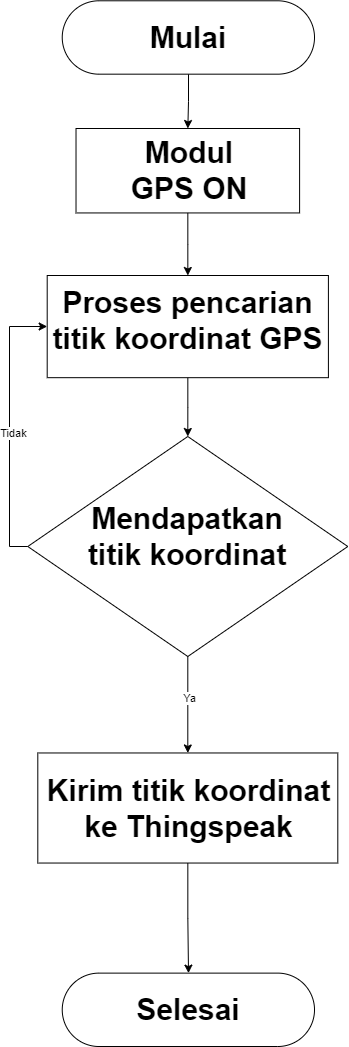
The draw.io diagram FLOWCHART MODUL GPS REV2.0.png in ajiesetyon/flowchart_PAA, before a commit. Source tidied: cells renumbered, new cells last; positions are measured from the earlier drawing's top-left corner, leaving out a move shared by most shapes.
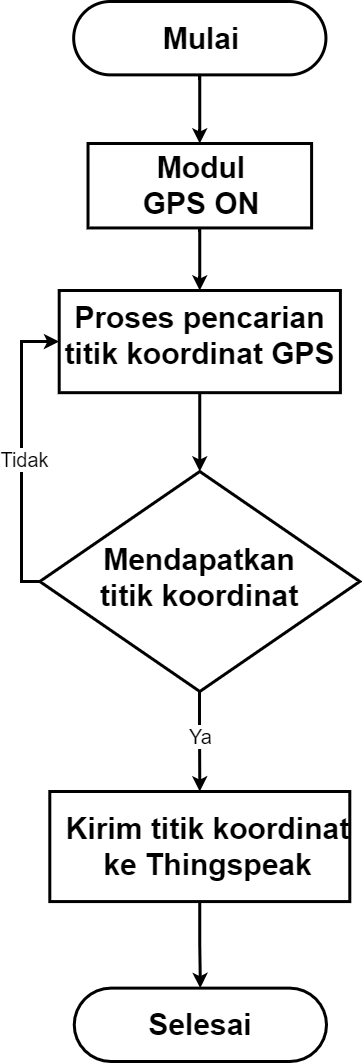
The same diagram one commit later.

Change to the diagram source:
```diff
@@ -2,22 +2,26 @@
   <root>
     <mxCell id="0" />
     <mxCell id="1" parent="0" />
-    <mxCell id="2" style="edgeStyle=orthogonalEdgeStyle;rounded=0;jettySize=auto;html=1;" parent="1" edge="1" source="3" target="14">
+    <mxCell id="2" style="edgeStyle=orthogonalEdgeStyle;rounded=0;jettySize=auto;html=1;strokeWidth=3;" parent="1" edge="1" source="3" target="14">
       <mxGeometry relative="1" as="geometry" />
     </mxCell>
-    <mxCell id="3" style="rounded=1;whiteSpace=wrap;html=1;arcSize=50;" parent="1" vertex="1">
-      <mxGeometry x="52.7" y="0.3" width="252.3" height="73.4" as="geometry" />
+    <mxCell id="3" style="rounded=1;whiteSpace=wrap;html=1;arcSize=50;strokeWidth=3;" parent="1" vertex="1">
+      <mxGeometry x="52.2" y="-14" width="252.3" height="73.4" as="geometry" />
     </mxCell>
-    <mxCell id="4" style="rhombus;whiteSpace=wrap;html=1;" parent="1" vertex="1">
-      <mxGeometry x="18.3" y="436" width="320" height="220" as="geometry" />
+    <mxCell id="4" style="rhombus;whiteSpace=wrap;html=1;strokeWidth=3;" parent="1" vertex="1">
+      <mxGeometry x="18.3" y="456" width="320" height="220" as="geometry" />
     </mxCell>
     <mxCell id="5" value="&lt;h1&gt;&lt;font style=&quot;font-size: 30px&quot;&gt;Mulai&lt;/font&gt;&lt;/h1&gt;" style="text;html=1;strokeColor=none;fillColor=none;align=center;verticalAlign=middle;whiteSpace=wrap;rounded=0;" parent="1" vertex="1">
-      <mxGeometry x="123.8" y="18.6" width="110.1" height="36.7" as="geometry" />
+      <mxGeometry x="125" y="4.3" width="110.1" height="36.7" as="geometry" />
     </mxCell>
-    <mxCell id="6" style="endArrow=classic;html=1;entryX=0.5;entryY=0;entryDx=0;entryDy=0;" parent="1" edge="1" source="4" target="9">
-      <mxGeometry x="280" y="34.3" as="geometry" />
+    <mxCell id="6" style="endArrow=classic;html=1;entryX=0.5;entryY=0;entryDx=0;entryDy=0;strokeWidth=3;" parent="1" edge="1" source="4" target="9">
+      <mxGeometry x="280" y="34.3" as="geometry">
+        <Array as="points">
+          <mxPoint x="178" y="696" />
+        </Array>
+      </mxGeometry>
     </mxCell>
-    <mxCell id="7" value="Ya" style="edgeLabel;html=1;align=center;verticalAlign=middle;" parent="6" vertex="1">
+    <mxCell id="7" value="&lt;font style=&quot;font-size: 20px&quot;&gt;Ya&lt;/font&gt;" style="edgeLabel;html=1;align=center;verticalAlign=middle;" parent="6" vertex="1">
       <mxGeometry relative="1" as="geometry">
         <mxPoint y="-6" as="offset" />
       </mxGeometry>
@@ -25,43 +29,42 @@
     <mxCell id="8" style="group;" parent="1" vertex="1">
       <mxGeometry x="96.3" y="495.6" width="181.7" height="80.7" as="geometry" />
     </mxCell>
-    <mxCell id="9" style="rounded=0;whiteSpace=wrap;html=1;align=center;" parent="1" vertex="1">
-      <mxGeometry x="28.3" y="752.5" width="300" height="110.1" as="geometry" />
+    <mxCell id="9" style="rounded=0;whiteSpace=wrap;html=1;align=center;strokeWidth=3;" parent="1" vertex="1">
+      <mxGeometry x="28.3" y="776" width="300" height="110.1" as="geometry" />
     </mxCell>
     <mxCell id="10" value="&lt;b&gt;&lt;font style=&quot;font-size: 30px&quot;&gt;Kirim titik koordinat ke Thingspeak&lt;/font&gt;&lt;/b&gt;" style="text;html=1;strokeColor=none;fillColor=none;align=center;verticalAlign=middle;whiteSpace=wrap;rounded=0;" parent="1" vertex="1">
-      <mxGeometry x="30.3" y="789.2" width="299.5" height="36.7" as="geometry" />
+      <mxGeometry x="37.4" y="812.7" width="299.5" height="36.7" as="geometry" />
     </mxCell>
-    <mxCell id="11" style="rounded=1;whiteSpace=wrap;html=1;arcSize=50;" parent="1" vertex="1">
+    <mxCell id="11" style="rounded=1;whiteSpace=wrap;html=1;arcSize=50;strokeWidth=3;" parent="1" vertex="1">
       <mxGeometry x="52.7" y="972.6" width="252.3" height="73.4" as="geometry" />
     </mxCell>
-    <mxCell id="12" style="edgeStyle=orthogonalEdgeStyle;rounded=0;jettySize=auto;html=1;" parent="1" edge="1" source="9" target="11">
+    <mxCell id="12" style="edgeStyle=orthogonalEdgeStyle;rounded=0;jettySize=auto;html=1;strokeWidth=3;" parent="1" edge="1" source="9" target="11">
       <mxGeometry x="280" y="34.3" as="geometry" />
     </mxCell>
     <mxCell id="13" value="&lt;h1&gt;&lt;font style=&quot;font-size: 30px&quot;&gt;Selesai&lt;/font&gt;&lt;/h1&gt;" style="text;html=1;strokeColor=none;fillColor=none;align=center;verticalAlign=middle;whiteSpace=wrap;rounded=0;" parent="1" vertex="1">
       <mxGeometry x="123.8" y="991" width="110.1" height="36.7" as="geometry" />
     </mxCell>
-    <mxCell id="14" style="rounded=0;whiteSpace=wrap;html=1;" parent="1" vertex="1">
+    <mxCell id="14" style="rounded=0;whiteSpace=wrap;html=1;strokeWidth=3;" parent="1" vertex="1">
       <mxGeometry x="66.5" y="128" width="223.6" height="84.4" as="geometry" />
     </mxCell>
     <mxCell id="15" value="&lt;b&gt;&lt;font style=&quot;font-size: 30px&quot;&gt;Modul GPS ON&lt;/font&gt;&lt;/b&gt;" style="text;html=1;strokeColor=none;fillColor=none;align=center;verticalAlign=middle;whiteSpace=wrap;rounded=0;" parent="1" vertex="1">
       <mxGeometry x="108.2" y="151.9" width="143.7" height="36.7" as="geometry" />
     </mxCell>
-    <mxCell id="16" style="edgeStyle=orthogonalEdgeStyle;rounded=0;jettySize=auto;html=1;entryX=0.5;entryY=0;entryDx=0;entryDy=0;" parent="1" edge="1" source="17" target="4">
+    <mxCell id="16" style="edgeStyle=orthogonalEdgeStyle;rounded=0;jettySize=auto;html=1;entryX=0.5;entryY=0;entryDx=0;entryDy=0;strokeWidth=3;" parent="1" edge="1" source="17" target="4">
       <mxGeometry x="280" y="23.3" as="geometry" />
     </mxCell>
-    <mxCell id="17" style="rounded=0;whiteSpace=wrap;html=1;" parent="1" vertex="1">
+    <mxCell id="17" style="rounded=0;whiteSpace=wrap;html=1;strokeWidth=3;" parent="1" vertex="1">
       <mxGeometry x="37.7" y="275" width="281.2" height="102.2" as="geometry" />
     </mxCell>
-    <mxCell id="18" style="edgeStyle=orthogonalEdgeStyle;rounded=0;jettySize=auto;html=1;exitX=0;exitY=0.5;exitDx=0;exitDy=0;entryX=0;entryY=0.5;entryDx=0;entryDy=0;" parent="1" edge="1" source="4" target="17">
+    <mxCell id="18" style="edgeStyle=orthogonalEdgeStyle;rounded=0;jettySize=auto;html=1;exitX=0;exitY=0.5;exitDx=0;exitDy=0;entryX=0;entryY=0.5;entryDx=0;entryDy=0;strokeWidth=3;" parent="1" edge="1" source="4" target="17">
       <mxGeometry x="280" y="34.3" as="geometry">
         <Array as="points">
-          <mxPoint y="546" />
+          <mxPoint y="566" />
           <mxPoint y="326" />
-          <mxPoint x="38" y="326" />
         </Array>
       </mxGeometry>
     </mxCell>
-    <mxCell id="19" value="Tidak" style="edgeLabel;html=1;align=center;verticalAlign=middle;" parent="18" vertex="1">
+    <mxCell id="19" value="&lt;font style=&quot;font-size: 20px&quot;&gt;Tidak&lt;/font&gt;" style="edgeLabel;html=1;align=center;verticalAlign=middle;" parent="18" vertex="1">
       <mxGeometry x="-0.1" y="-2" relative="1" as="geometry">
         <mxPoint y="-9.3" as="offset" />
       </mxGeometry>
@@ -70,9 +73,9 @@
       <mxGeometry x="38.3" y="301.2" width="281.2" height="36.7" as="geometry" />
     </mxCell>
     <mxCell id="21" value="&lt;b&gt;&lt;font style=&quot;font-size: 30px&quot;&gt;Mendapatkan titik koordinat&lt;/font&gt;&lt;/b&gt;" style="text;html=1;strokeColor=none;fillColor=none;align=center;verticalAlign=middle;whiteSpace=wrap;rounded=0;" parent="1" vertex="1">
-      <mxGeometry x="72.4" y="521.4" width="211.7" height="29.2" as="geometry" />
+      <mxGeometry x="72.4" y="547.2" width="211.7" height="29.2" as="geometry" />
     </mxCell>
-    <mxCell id="22" style="edgeStyle=orthogonalEdgeStyle;rounded=0;jettySize=auto;html=1;" parent="1" edge="1" source="14" target="17">
+    <mxCell id="22" style="edgeStyle=orthogonalEdgeStyle;rounded=0;jettySize=auto;html=1;strokeWidth=3;" parent="1" edge="1" source="14" target="17">
       <mxGeometry x="280" y="34.3" as="geometry" />
     </mxCell>
   </root>
```
